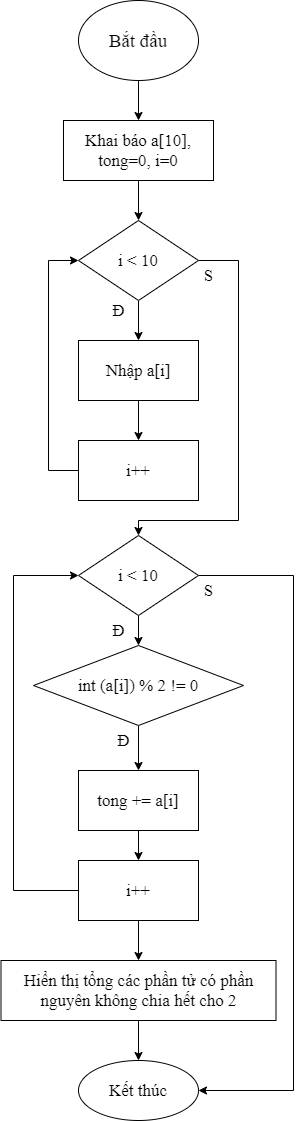
tranthiminhthuytgdd15102003/nh-p-l-p-tr-nh-c keeps this draw.io diagram as bài 29.png. Above is the earlier version. Source tidied: cells renumbered, new cells last; positions are measured from the earlier drawing's top-left corner, leaving out a move shared by most shapes.
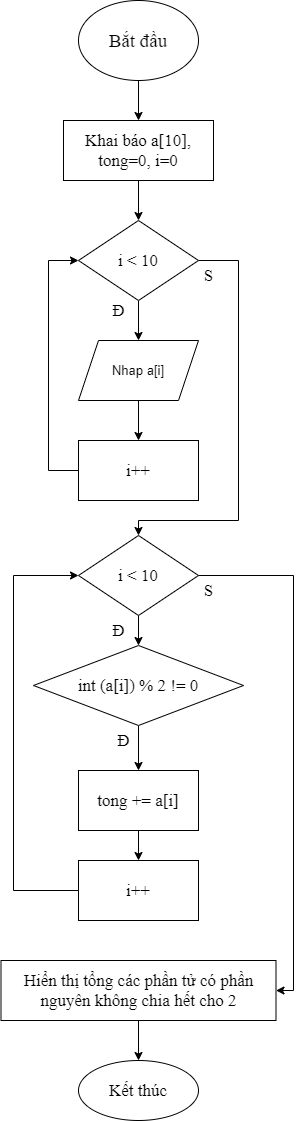
The same file after the commit.

The edit, as a diff of the source:
```diff
@@ -14,9 +14,6 @@
     <mxCell id="5" value="&lt;font style=&quot;font-size: 17px&quot;&gt;Khai báo a[10], tong=0, i=0&lt;/font&gt;" style="rounded=0;whiteSpace=wrap;html=1;fontFamily=Times New Roman;" parent="1" vertex="1">
       <mxGeometry x="62" y="120" width="150" height="60" as="geometry" />
     </mxCell>
-    <mxCell id="6" style="edgeStyle=orthogonalEdgeStyle;rounded=0;jettySize=auto;html=1;fontFamily=Times New Roman;fontSize=17;" parent="1" edge="1" source="8" target="10">
-      <mxGeometry relative="1" as="geometry" />
-    </mxCell>
     <mxCell id="7" style="edgeStyle=orthogonalEdgeStyle;rounded=0;jettySize=auto;html=1;fontFamily=Times New Roman;fontSize=17;entryX=0.5;entryY=0;entryDx=0;entryDy=0;exitX=1;exitY=0.5;exitDx=0;exitDy=0;" parent="1" edge="1" source="8" target="16">
       <mxGeometry relative="1" as="geometry">
         <Array as="points">
@@ -26,15 +23,12 @@
         </Array>
       </mxGeometry>
     </mxCell>
+    <mxCell id="31" style="edgeStyle=orthogonalEdgeStyle;rounded=0;jettySize=auto;html=1;fontSize=13;" parent="1" edge="1" source="8" target="33">
+      <mxGeometry relative="1" as="geometry" />
+    </mxCell>
     <mxCell id="8" value="i &amp;lt; 10" style="rhombus;whiteSpace=wrap;html=1;fontFamily=Times New Roman;fontSize=17;" parent="1" vertex="1">
       <mxGeometry x="77" y="220" width="120" height="80" as="geometry" />
     </mxCell>
-    <mxCell id="9" style="edgeStyle=orthogonalEdgeStyle;rounded=0;jettySize=auto;html=1;fontFamily=Times New Roman;fontSize=17;" parent="1" edge="1" source="10" target="12">
-      <mxGeometry relative="1" as="geometry" />
-    </mxCell>
-    <mxCell id="10" value="Nhập a[i]" style="whiteSpace=wrap;html=1;fontFamily=Times New Roman;fontSize=17;" parent="1" vertex="1">
-      <mxGeometry x="77" y="340" width="120" height="60" as="geometry" />
-    </mxCell>
     <mxCell id="11" style="edgeStyle=orthogonalEdgeStyle;rounded=0;jettySize=auto;html=1;entryX=0;entryY=0.5;entryDx=0;entryDy=0;fontFamily=Times New Roman;fontSize=17;exitX=0;exitY=0.5;exitDx=0;exitDy=0;" parent="1" edge="1" source="12" target="8">
       <mxGeometry relative="1" as="geometry">
         <Array as="points">
@@ -49,11 +43,11 @@
     <mxCell id="13" value="Kết thúc" style="ellipse;whiteSpace=wrap;html=1;fontFamily=Times New Roman;fontSize=17;" parent="1" vertex="1">
       <mxGeometry x="77" y="1060" width="120" height="60" as="geometry" />
     </mxCell>
-    <mxCell id="14" style="edgeStyle=orthogonalEdgeStyle;rounded=0;jettySize=auto;html=1;entryX=1;entryY=0.5;entryDx=0;entryDy=0;fontFamily=Times New Roman;fontSize=17;exitX=1;exitY=0.5;exitDx=0;exitDy=0;" parent="1" edge="1" source="16" target="13">
+    <mxCell id="14" style="edgeStyle=orthogonalEdgeStyle;rounded=0;jettySize=auto;html=1;entryX=1;entryY=0.5;entryDx=0;entryDy=0;fontFamily=Times New Roman;fontSize=17;exitX=1;exitY=0.5;exitDx=0;exitDy=0;" parent="1" edge="1" source="16" target="29">
       <mxGeometry relative="1" as="geometry">
         <Array as="points">
           <mxPoint x="292" y="575" />
-          <mxPoint x="292" y="1090" />
+          <mxPoint x="292" y="990" />
         </Array>
       </mxGeometry>
     </mxCell>
@@ -71,9 +65,6 @@
         </Array>
       </mxGeometry>
     </mxCell>
-    <mxCell id="18" style="edgeStyle=orthogonalEdgeStyle;rounded=0;jettySize=auto;html=1;fontFamily=Times New Roman;fontSize=17;" parent="1" edge="1" source="19" target="29">
-      <mxGeometry relative="1" as="geometry" />
-    </mxCell>
     <mxCell id="19" value="i++" style="rounded=0;whiteSpace=wrap;html=1;fontFamily=Times New Roman;fontSize=17;" parent="1" vertex="1">
       <mxGeometry x="77" y="860" width="120" height="60" as="geometry" />
     </mxCell>
@@ -110,5 +101,11 @@
     <mxCell id="30" value="Đ" style="text;html=1;align=center;verticalAlign=middle;strokeColor=none;fillColor=none;fontSize=17;fontFamily=Times New Roman;" parent="1" vertex="1">
       <mxGeometry x="107" y="725" width="30" height="30" as="geometry" />
     </mxCell>
+    <mxCell id="32" style="edgeStyle=orthogonalEdgeStyle;rounded=0;jettySize=auto;html=1;fontSize=13;" parent="1" edge="1" source="33" target="12">
+      <mxGeometry relative="1" as="geometry" />
+    </mxCell>
+    <mxCell id="33" value="Nhap a[i]" style="shape=parallelogram;perimeter=parallelogramPerimeter;whiteSpace=wrap;html=1;fixedSize=1;fontSize=13;" parent="1" vertex="1">
+      <mxGeometry x="77" y="340" width="120" height="60" as="geometry" />
+    </mxCell>
   </root>
 </mxGraphModel>
```
